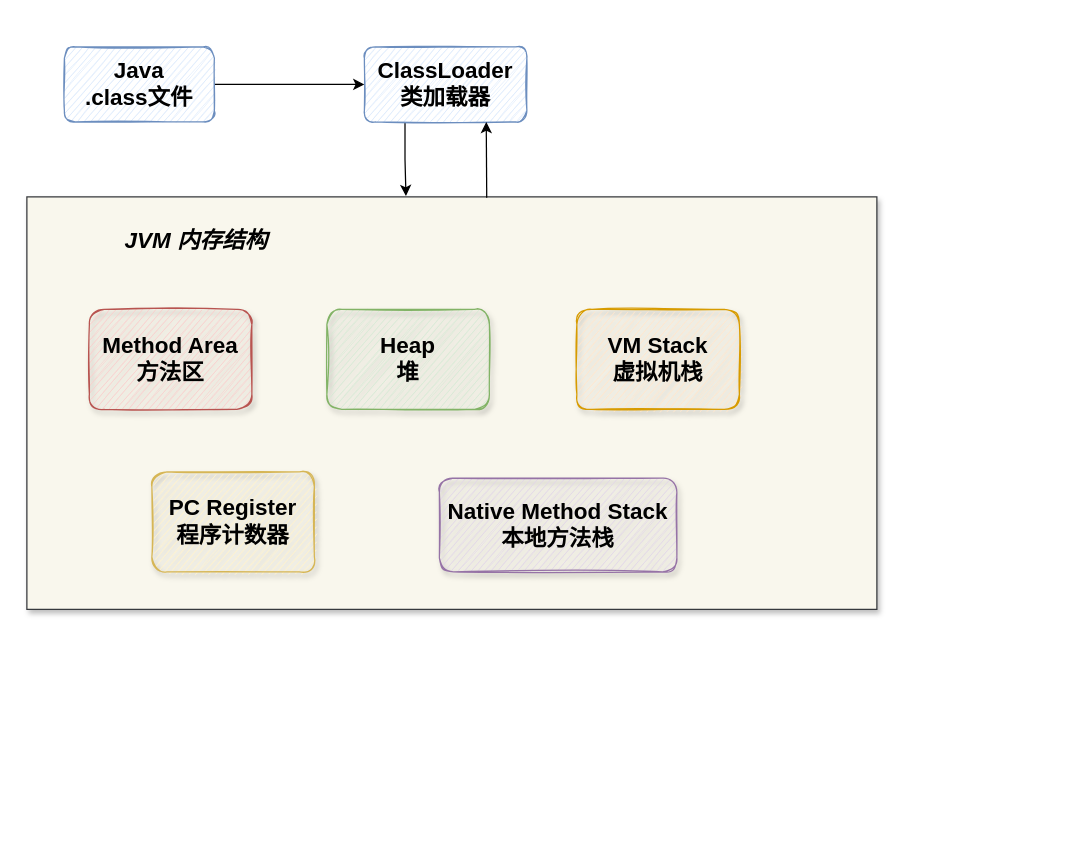
The draw.io diagram jvm.drawio in Bukayoooo/Draws, before the edit. Source tidied: cells renumbered, new cells numbered last; positions are measured from the earlier drawing's top-left corner, leaving out a move shared by most shapes. Both pictures are drawn from the tidied source at 125%, with x=0, y=0 at pixel (26, 46).
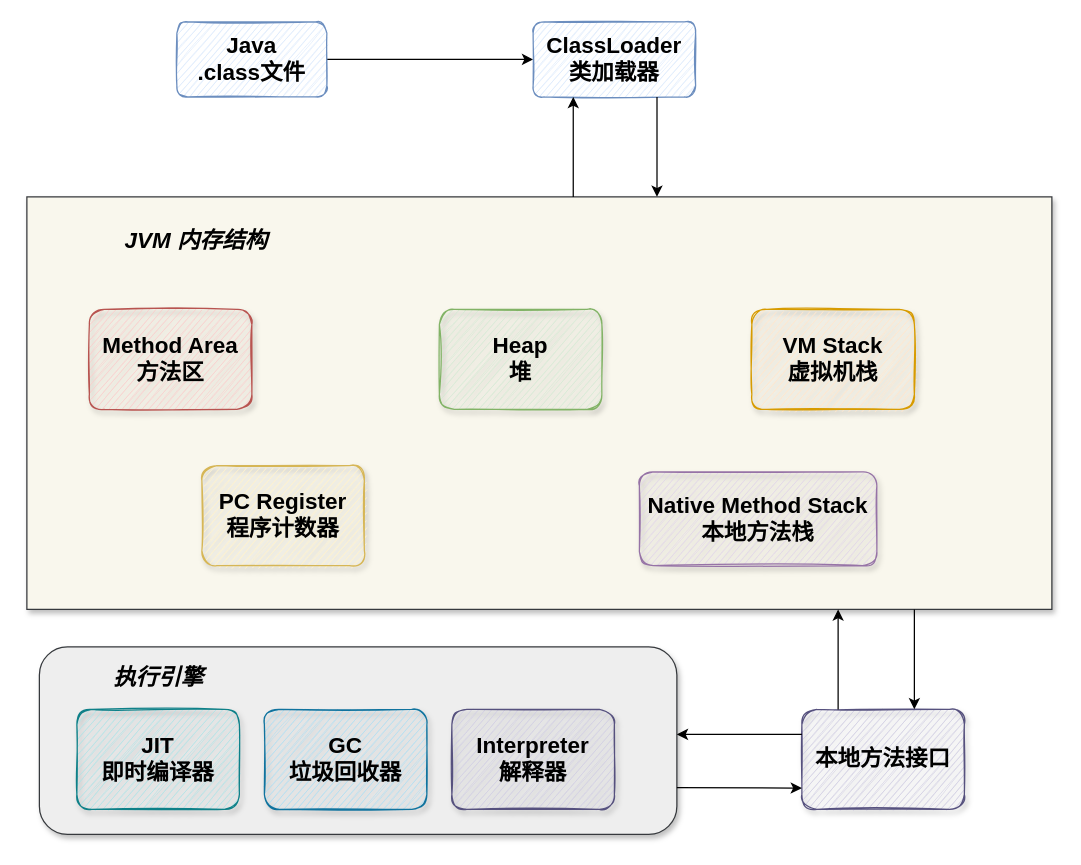
The same page after the edit.

What changed in the source:
```diff
@@
     <mxCell id="3" value="&lt;b&gt;&lt;font style=&quot;font-size: 18px;&quot;&gt;Java&lt;br&gt;.class文件&lt;/font&gt;&lt;/b&gt;" style="rounded=1;whiteSpace=wrap;html=1;fillColor=#dae8fc;strokeColor=#6c8ebf;sketch=1;" parent="1" vertex="1">
-      <mxGeometry x="30" width="120" height="60" as="geometry" />
+      <mxGeometry x="120" y="-20" width="120" height="60" as="geometry" />
     </mxCell>
-    <mxCell id="4" style="edgeStyle=orthogonalEdgeStyle;rounded=0;jettySize=auto;html=1;exitX=0.25;exitY=1;exitDx=0;exitDy=0;entryX=0.446;entryY=-0.002;entryDx=0;entryDy=0;entryPerimeter=0;fontSize=18;" parent="1" edge="1" source="5" target="6">
-      <mxGeometry relative="1" as="geometry" />
-    </mxCell>
     <mxCell id="5" value="&lt;b&gt;ClassLoader&lt;br&gt;类加载器&lt;/b&gt;" style="rounded=1;whiteSpace=wrap;html=1;sketch=1;fontSize=18;fillColor=#dae8fc;strokeColor=#6c8ebf;" parent="1" vertex="1">
-      <mxGeometry x="270" width="130" height="60" as="geometry" />
+      <mxGeometry x="405" y="-20" width="130" height="60" as="geometry" />
     </mxCell>
     <mxCell id="6" style="rounded=0;whiteSpace=wrap;html=1;sketch=0;fontSize=18;shadow=1;fillColor=#f9f7ed;strokeColor=#36393d;" parent="1" vertex="1">
-      <mxGeometry y="120" width="680" height="330" as="geometry" />
+      <mxGeometry y="120" width="820" height="330" as="geometry" />
     </mxCell>
@@
     <mxCell id="8" value="&lt;b&gt;Heap&lt;br&gt;堆&lt;/b&gt;" style="rounded=1;whiteSpace=wrap;html=1;shadow=1;sketch=1;fontSize=18;fillColor=#d5e8d4;strokeColor=#82b366;" parent="1" vertex="1">
-      <mxGeometry x="240" y="210" width="130" height="80" as="geometry" />
+      <mxGeometry x="330" y="210" width="130" height="80" as="geometry" />
     </mxCell>
     <mxCell id="9" value="&lt;b&gt;VM Stack&lt;br&gt;虚拟机栈&lt;/b&gt;" style="rounded=1;whiteSpace=wrap;html=1;shadow=1;sketch=1;fontSize=18;fillColor=#ffe6cc;strokeColor=#d79b00;" parent="1" vertex="1">
-      <mxGeometry x="440" y="210" width="130" height="80" as="geometry" />
+      <mxGeometry x="580" y="210" width="130" height="80" as="geometry" />
     </mxCell>
     <mxCell id="10" value="&lt;b&gt;Native Method Stack&lt;br&gt;本地方法栈&lt;/b&gt;" style="rounded=1;whiteSpace=wrap;html=1;shadow=1;sketch=1;fontSize=18;fillColor=#e1d5e7;strokeColor=#9673a6;" parent="1" vertex="1">
-      <mxGeometry x="330" y="345" width="190" height="75" as="geometry" />
+      <mxGeometry x="490" y="340" width="190" height="75" as="geometry" />
     </mxCell>
     <mxCell id="11" value="&lt;b&gt;PC Register&lt;br&gt;程序计数器&lt;/b&gt;" style="rounded=1;whiteSpace=wrap;html=1;shadow=1;sketch=1;fontSize=18;fillColor=#fff2cc;strokeColor=#d6b656;" parent="1" vertex="1">
-      <mxGeometry x="100" y="340" width="130" height="80" as="geometry" />
+      <mxGeometry x="140" y="335" width="130" height="80" as="geometry" />
     </mxCell>
@@
-    <mxCell id="13" style="endArrow=classic;html=1;rounded=0;fontSize=18;entryX=0.75;entryY=1;entryDx=0;entryDy=0;exitX=0.541;exitY=0.002;exitDx=0;exitDy=0;exitPerimeter=0;" parent="1" edge="1" source="6" target="5">
-      <mxGeometry relative="1" as="geometry" />
-    </mxCell>
+    <mxCell id="14" style="rounded=1;whiteSpace=wrap;html=1;shadow=1;sketch=0;fontSize=18;fillColor=#eeeeee;strokeColor=#36393d;" parent="1" vertex="1">
+      <mxGeometry x="10" y="480" width="510" height="150" as="geometry" />
+    </mxCell>
+    <mxCell id="15" value="&lt;b&gt;JIT&lt;br&gt;即时编译器&lt;/b&gt;" style="rounded=1;whiteSpace=wrap;html=1;shadow=1;sketch=1;fontSize=18;fillColor=#b0e3e6;strokeColor=#0e8088;" parent="1" vertex="1">
+      <mxGeometry x="40" y="530" width="130" height="80" as="geometry" />
+    </mxCell>
+    <mxCell id="16" value="&lt;b&gt;GC&lt;br&gt;垃圾回收器&lt;/b&gt;" style="rounded=1;whiteSpace=wrap;html=1;shadow=1;sketch=1;fontSize=18;fillColor=#b1ddf0;strokeColor=#10739e;" parent="1" vertex="1">
+      <mxGeometry x="190" y="530" width="130" height="80" as="geometry" />
+    </mxCell>
+    <mxCell id="17" value="&lt;b&gt;Interpreter&lt;br&gt;解释器&lt;/b&gt;" style="rounded=1;whiteSpace=wrap;html=1;shadow=1;sketch=1;fontSize=18;fillColor=#d0cee2;strokeColor=#56517e;" parent="1" vertex="1">
+      <mxGeometry x="340" y="530" width="130" height="80" as="geometry" />
+    </mxCell>
+    <mxCell id="18" value="&lt;b&gt;&lt;i&gt;执行引擎&lt;/i&gt;&lt;/b&gt;" style="text;html=1;align=center;verticalAlign=middle;strokeColor=none;fillColor=none;fontSize=18;" parent="1" vertex="1">
+      <mxGeometry x="60" y="490" width="90" height="30" as="geometry" />
+    </mxCell>
+    <mxCell id="19" value="&lt;b&gt;本地方法接口&lt;/b&gt;" style="rounded=1;whiteSpace=wrap;html=1;shadow=1;sketch=1;fontSize=18;fillColor=#d0cee2;strokeColor=#56517e;" parent="1" vertex="1">
+      <mxGeometry x="620" y="530" width="130" height="80" as="geometry" />
+    </mxCell>
+    <mxCell id="20" style="endArrow=classic;html=1;rounded=0;fontSize=18;" parent="1" edge="1">
+      <mxGeometry relative="1" as="geometry">
+        <mxPoint x="649" y="530" as="sourcePoint" />
+        <mxPoint x="649" y="450" as="targetPoint" />
+      </mxGeometry>
+    </mxCell>
+    <mxCell id="21" style="endArrow=none;html=1;rounded=0;fontSize=18;startArrow=classic;startFill=1;endFill=0;" parent="1" edge="1">
+      <mxGeometry relative="1" as="geometry">
+        <mxPoint x="710" y="530" as="sourcePoint" />
+        <mxPoint x="710" y="450" as="targetPoint" />
+      </mxGeometry>
+    </mxCell>
+    <mxCell id="22" style="endArrow=classic;html=1;rounded=0;fontSize=18;" parent="1" edge="1">
+      <mxGeometry relative="1" as="geometry">
+        <mxPoint x="437.1" y="120" as="sourcePoint" />
+        <mxPoint x="437.1" y="40" as="targetPoint" />
+      </mxGeometry>
+    </mxCell>
+    <mxCell id="23" style="endArrow=none;html=1;rounded=0;fontSize=18;startArrow=classic;startFill=1;endFill=0;" parent="1" edge="1">
+      <mxGeometry relative="1" as="geometry">
+        <mxPoint x="504.1" y="120" as="sourcePoint" />
+        <mxPoint x="504.1" y="40" as="targetPoint" />
+      </mxGeometry>
+    </mxCell>
+    <mxCell id="24" style="endArrow=classic;html=1;rounded=0;fontSize=18;exitX=0;exitY=0.25;exitDx=0;exitDy=0;" parent="1" edge="1" source="19">
+      <mxGeometry relative="1" as="geometry">
+        <mxPoint x="520" y="550" as="targetPoint" />
+      </mxGeometry>
+    </mxCell>
+    <mxCell id="25" style="endArrow=none;html=1;rounded=0;fontSize=18;startArrow=classic;startFill=1;endFill=0;entryX=1;entryY=0.75;entryDx=0;entryDy=0;" parent="1" edge="1" target="14">
+      <mxGeometry relative="1" as="geometry">
+        <mxPoint x="620" y="593" as="sourcePoint" />
+      </mxGeometry>
+    </mxCell>
```
